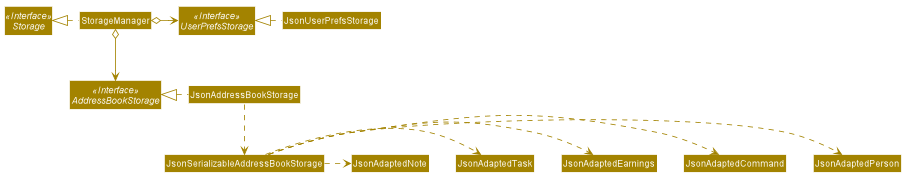
nus-cs2103-AY1920S1/addressbook-level3 keeps this PlantUML diagram as docs/images/StorageClassDiagram.png. Above is the earlier version.
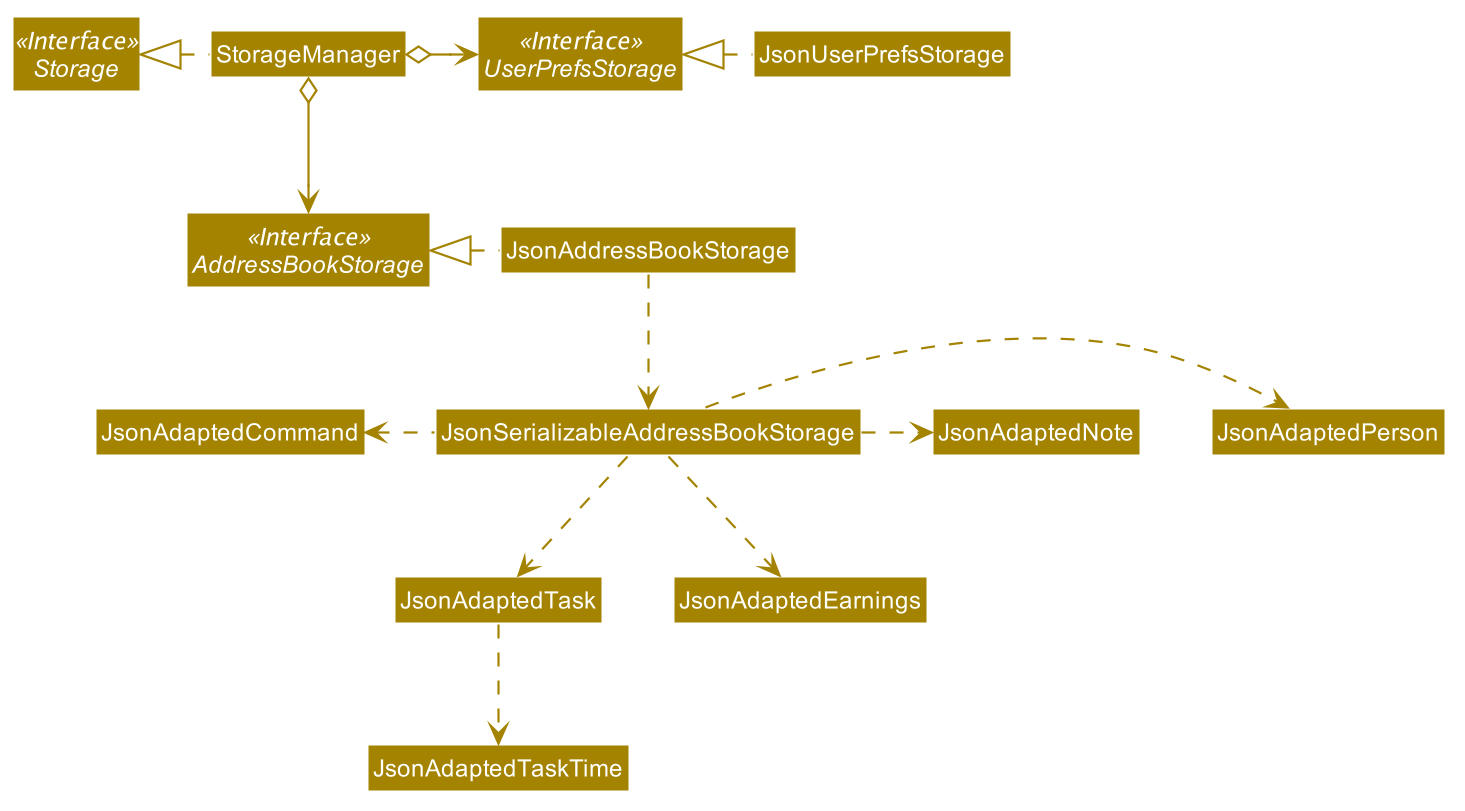
After the commit.

The edit, as a diff of the source:
```diff
@@ -67,9 +67,10 @@
 JsonAddressBookStorage .left.|> AddressBookStorage
 JsonAddressBookStorage .down.> JsonSerializableAddressBookStorage
 JsonSerializableAddressBookStorage .right.> JsonAdaptedPerson
-JsonSerializableAddressBookStorage .right.> JsonAdaptedCommand
-JsonSerializableAddressBookStorage .right.> JsonAdaptedEarnings
-JsonSerializableAddressBookStorage .right.> JsonAdaptedTask
+JsonSerializableAddressBookStorage .down.> JsonAdaptedTask
+JsonSerializableAddressBookStorage .down.> JsonAdaptedEarnings
+JsonSerializableAddressBookStorage .left.> JsonAdaptedCommand
+JsonAdaptedTask .down.> JsonAdaptedTaskTime
 JsonSerializableAddressBookStorage .right.> JsonAdaptedNote
 
 @enduml
```
